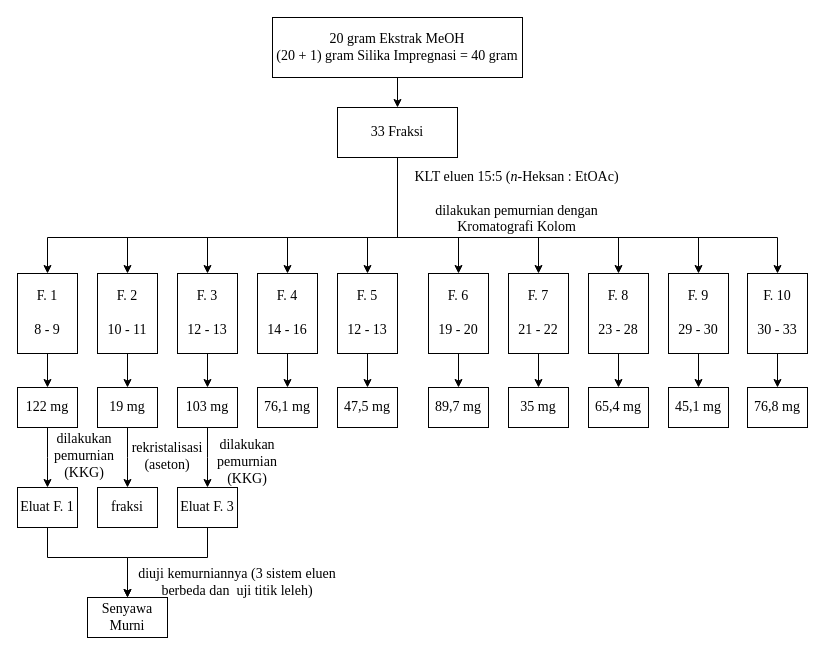
Before: debta.drawio in joeinus134131/OnlineDiagramProject, a draw.io diagram. Source tidied: cells renumbered, new cells numbered last; positions are measured from the earlier drawing's top-left corner, leaving out a move shared by most shapes. Both pictures are drawn from the tidied source at 100%, with x=0, y=0 at pixel (17, 17).
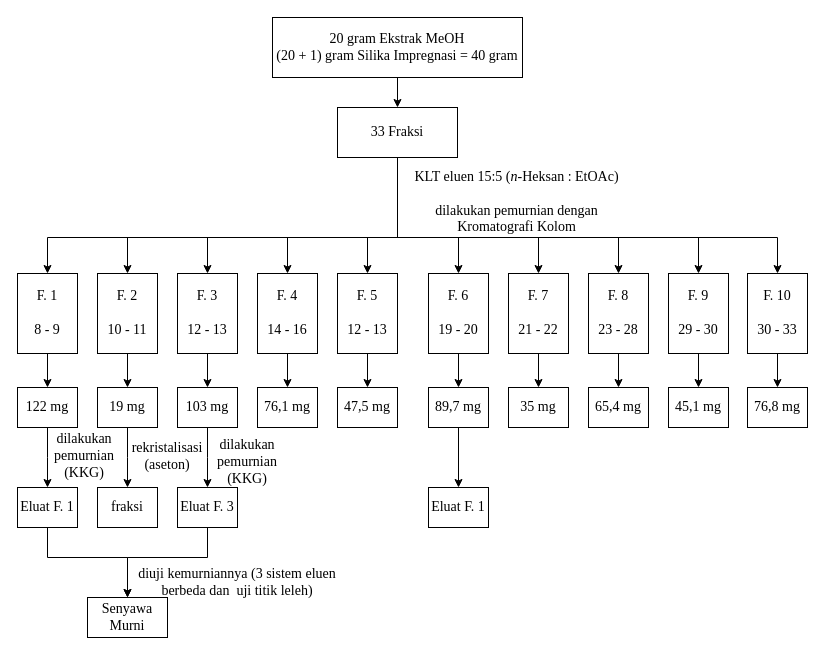
The same diagram, later.

Change to the diagram source:
```diff
@@
+    <mxCell id="59" style="edgeStyle=orthogonalEdgeStyle;rounded=0;orthogonalLoop=1;jettySize=auto;html=1;fontFamily=Times New Roman;fontSize=14;" parent="1" edge="1">
+      <mxGeometry relative="1" as="geometry">
+        <mxPoint x="441" y="410" as="sourcePoint" />
+        <mxPoint x="441" y="470" as="targetPoint" />
+      </mxGeometry>
+    </mxCell>
+    <mxCell id="60" value="Eluat F. 1" style="rounded=0;whiteSpace=wrap;html=1;fontFamily=Times New Roman;fontSize=14;" parent="1" vertex="1">
+      <mxGeometry x="411" y="470" width="60" height="40" as="geometry" />
+    </mxCell>
```
